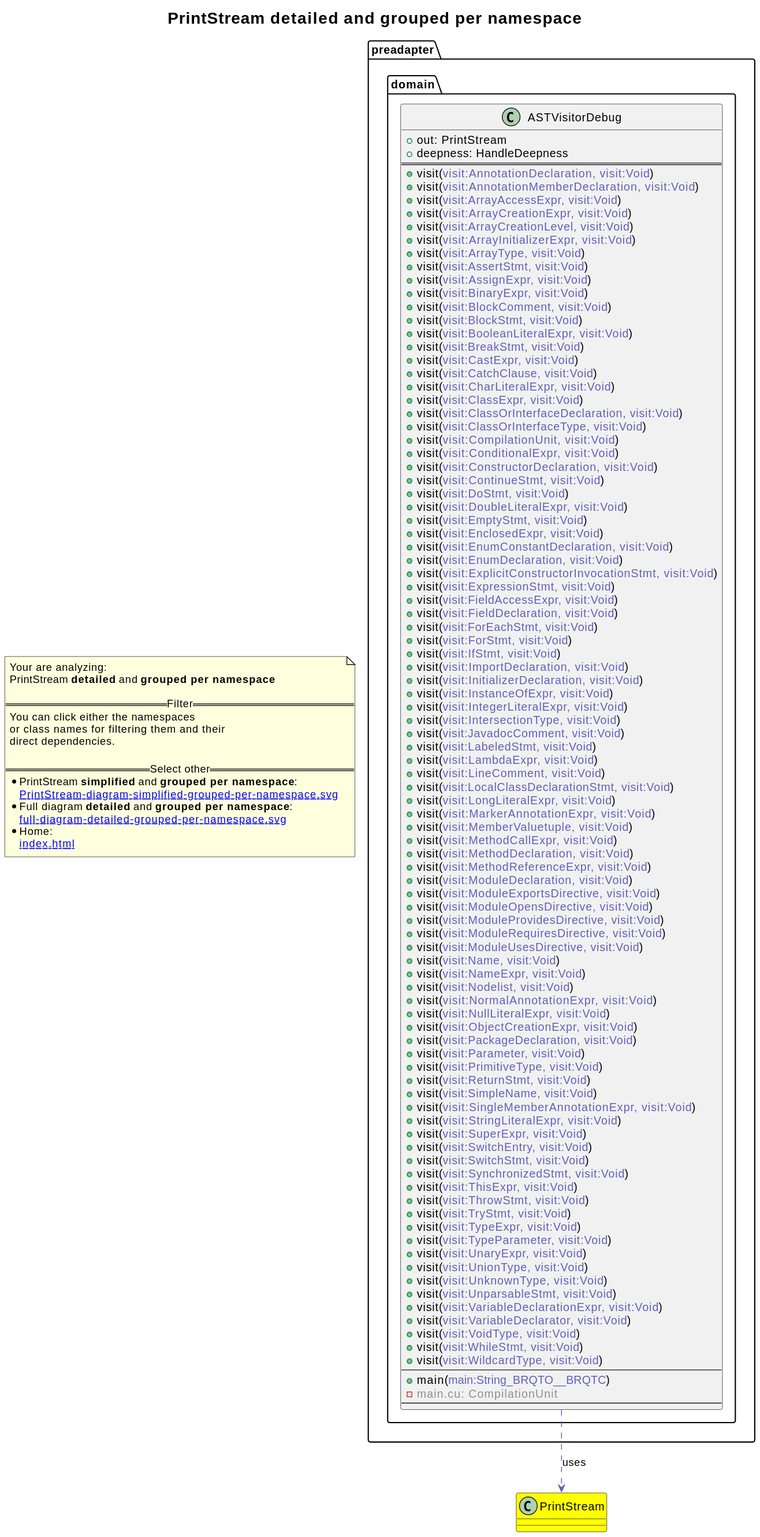
Above: revenger-java-adapter.out/PrintStream-diagram-detailed-grouped-per-namespace.svg in 2BlackCoffees/revenger (PlantUML), before the change.
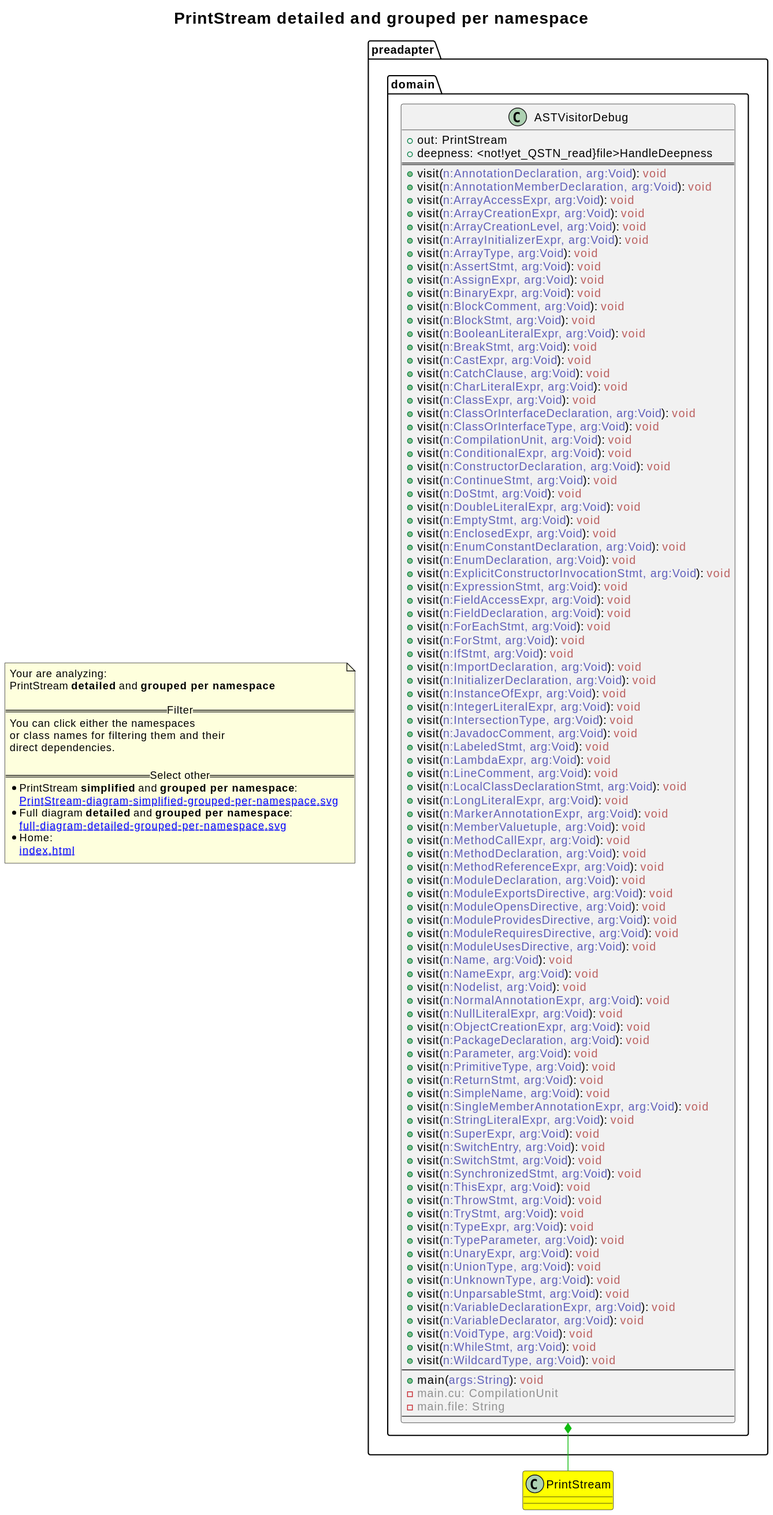
Above is the later version.

Diff of the diagram source:
```diff
@@ -1,4 +1,5 @@
 @startuml
+skinparam linetype ortho
 title <size:20>PrintStream **detailed** and **grouped per namespace**</size>
 note "Your are analyzing:\nPrintStream **detailed** and **grouped per namespace**\n\n==Filter==\nYou can click either the namespaces \nor class names for filtering them and their\ndirect dependencies.\n\n==Select other==\n* PrintStream **simplified** and **grouped per namespace**:\n   [[PrintStream-diagram-simplified-grouped-per-namespace.svg]]\n* Full diagram **detailed** and **grouped per namespace**:\n   [[full-diagram-detailed-grouped-per-namespace.svg]]\n* Home:\n   [[index.html]]" as FloatingNote
 class PrintStream [[PrintStream-diagram-detailed-grouped-per-namespace.svg]] #yellow {
@@ -7,104 +8,105 @@
 namespace preadapter.domain [[preadapter.domain-diagram-detailed-grouped-per-namespace.svg]] {
   class preadapter.domain.ASTVisitorDebug [[preadapter.domain.ASTVisitorDebug-diagram-detailed-grouped-per-namespace.svg]]  {
     + out: PrintStream
-    + deepness: HandleDeepness
+    + deepness: <not!yet_QSTN_read}file>HandleDeepness
 ==
-    + visit(<font color="6060BB">visit:AnnotationDeclaration, visit:Void</font>)
-    + visit(<font color="6060BB">visit:AnnotationMemberDeclaration, visit:Void</font>)
-    + visit(<font color="6060BB">visit:ArrayAccessExpr, visit:Void</font>)
-    + visit(<font color="6060BB">visit:ArrayCreationExpr, visit:Void</font>)
-    + visit(<font color="6060BB">visit:ArrayCreationLevel, visit:Void</font>)
-    + visit(<font color="6060BB">visit:ArrayInitializerExpr, visit:Void</font>)
-    + visit(<font color="6060BB">visit:ArrayType, visit:Void</font>)
-    + visit(<font color="6060BB">visit:AssertStmt, visit:Void</font>)
-    + visit(<font color="6060BB">visit:AssignExpr, visit:Void</font>)
-    + visit(<font color="6060BB">visit:BinaryExpr, visit:Void</font>)
-    + visit(<font color="6060BB">visit:BlockComment, visit:Void</font>)
-    + visit(<font color="6060BB">visit:BlockStmt, visit:Void</font>)
-    + visit(<font color="6060BB">visit:BooleanLiteralExpr, visit:Void</font>)
-    + visit(<font color="6060BB">visit:BreakStmt, visit:Void</font>)
-    + visit(<font color="6060BB">visit:CastExpr, visit:Void</font>)
-    + visit(<font color="6060BB">visit:CatchClause, visit:Void</font>)
-    + visit(<font color="6060BB">visit:CharLiteralExpr, visit:Void</font>)
-    + visit(<font color="6060BB">visit:ClassExpr, visit:Void</font>)
-    + visit(<font color="6060BB">visit:ClassOrInterfaceDeclaration, visit:Void</font>)
-    + visit(<font color="6060BB">visit:ClassOrInterfaceType, visit:Void</font>)
-    + visit(<font color="6060BB">visit:CompilationUnit, visit:Void</font>)
-    + visit(<font color="6060BB">visit:ConditionalExpr, visit:Void</font>)
-    + visit(<font color="6060BB">visit:ConstructorDeclaration, visit:Void</font>)
-    + visit(<font color="6060BB">visit:ContinueStmt, visit:Void</font>)
-    + visit(<font color="6060BB">visit:DoStmt, visit:Void</font>)
-    + visit(<font color="6060BB">visit:DoubleLiteralExpr, visit:Void</font>)
-    + visit(<font color="6060BB">visit:EmptyStmt, visit:Void</font>)
-    + visit(<font color="6060BB">visit:EnclosedExpr, visit:Void</font>)
-    + visit(<font color="6060BB">visit:EnumConstantDeclaration, visit:Void</font>)
-    + visit(<font color="6060BB">visit:EnumDeclaration, visit:Void</font>)
-    + visit(<font color="6060BB">visit:ExplicitConstructorInvocationStmt, visit:Void</font>)
-    + visit(<font color="6060BB">visit:ExpressionStmt, visit:Void</font>)
-    + visit(<font color="6060BB">visit:FieldAccessExpr, visit:Void</font>)
-    + visit(<font color="6060BB">visit:FieldDeclaration, visit:Void</font>)
-    + visit(<font color="6060BB">visit:ForEachStmt, visit:Void</font>)
-    + visit(<font color="6060BB">visit:ForStmt, visit:Void</font>)
-    + visit(<font color="6060BB">visit:IfStmt, visit:Void</font>)
-    + visit(<font color="6060BB">visit:ImportDeclaration, visit:Void</font>)
-    + visit(<font color="6060BB">visit:InitializerDeclaration, visit:Void</font>)
-    + visit(<font color="6060BB">visit:InstanceOfExpr, visit:Void</font>)
-    + visit(<font color="6060BB">visit:IntegerLiteralExpr, visit:Void</font>)
-    + visit(<font color="6060BB">visit:IntersectionType, visit:Void</font>)
-    + visit(<font color="6060BB">visit:JavadocComment, visit:Void</font>)
-    + visit(<font color="6060BB">visit:LabeledStmt, visit:Void</font>)
-    + visit(<font color="6060BB">visit:LambdaExpr, visit:Void</font>)
-    + visit(<font color="6060BB">visit:LineComment, visit:Void</font>)
-    + visit(<font color="6060BB">visit:LocalClassDeclarationStmt, visit:Void</font>)
-    + visit(<font color="6060BB">visit:LongLiteralExpr, visit:Void</font>)
-    + visit(<font color="6060BB">visit:MarkerAnnotationExpr, visit:Void</font>)
-    + visit(<font color="6060BB">visit:MemberValuetuple, visit:Void</font>)
-    + visit(<font color="6060BB">visit:MethodCallExpr, visit:Void</font>)
-    + visit(<font color="6060BB">visit:MethodDeclaration, visit:Void</font>)
-    + visit(<font color="6060BB">visit:MethodReferenceExpr, visit:Void</font>)
-    + visit(<font color="6060BB">visit:ModuleDeclaration, visit:Void</font>)
-    + visit(<font color="6060BB">visit:ModuleExportsDirective, visit:Void</font>)
-    + visit(<font color="6060BB">visit:ModuleOpensDirective, visit:Void</font>)
-    + visit(<font color="6060BB">visit:ModuleProvidesDirective, visit:Void</font>)
-    + visit(<font color="6060BB">visit:ModuleRequiresDirective, visit:Void</font>)
-    + visit(<font color="6060BB">visit:ModuleUsesDirective, visit:Void</font>)
-    + visit(<font color="6060BB">visit:Name, visit:Void</font>)
-    + visit(<font color="6060BB">visit:NameExpr, visit:Void</font>)
-    + visit(<font color="6060BB">visit:Nodelist, visit:Void</font>)
-    + visit(<font color="6060BB">visit:NormalAnnotationExpr, visit:Void</font>)
-    + visit(<font color="6060BB">visit:NullLiteralExpr, visit:Void</font>)
-    + visit(<font color="6060BB">visit:ObjectCreationExpr, visit:Void</font>)
-    + visit(<font color="6060BB">visit:PackageDeclaration, visit:Void</font>)
-    + visit(<font color="6060BB">visit:Parameter, visit:Void</font>)
-    + visit(<font color="6060BB">visit:PrimitiveType, visit:Void</font>)
-    + visit(<font color="6060BB">visit:ReturnStmt, visit:Void</font>)
-    + visit(<font color="6060BB">visit:SimpleName, visit:Void</font>)
-    + visit(<font color="6060BB">visit:SingleMemberAnnotationExpr, visit:Void</font>)
-    + visit(<font color="6060BB">visit:StringLiteralExpr, visit:Void</font>)
-    + visit(<font color="6060BB">visit:SuperExpr, visit:Void</font>)
-    + visit(<font color="6060BB">visit:SwitchEntry, visit:Void</font>)
-    + visit(<font color="6060BB">visit:SwitchStmt, visit:Void</font>)
-    + visit(<font color="6060BB">visit:SynchronizedStmt, visit:Void</font>)
-    + visit(<font color="6060BB">visit:ThisExpr, visit:Void</font>)
-    + visit(<font color="6060BB">visit:ThrowStmt, visit:Void</font>)
-    + visit(<font color="6060BB">visit:TryStmt, visit:Void</font>)
-    + visit(<font color="6060BB">visit:TypeExpr, visit:Void</font>)
-    + visit(<font color="6060BB">visit:TypeParameter, visit:Void</font>)
-    + visit(<font color="6060BB">visit:UnaryExpr, visit:Void</font>)
-    + visit(<font color="6060BB">visit:UnionType, visit:Void</font>)
-    + visit(<font color="6060BB">visit:UnknownType, visit:Void</font>)
-    + visit(<font color="6060BB">visit:UnparsableStmt, visit:Void</font>)
-    + visit(<font color="6060BB">visit:VariableDeclarationExpr, visit:Void</font>)
-    + visit(<font color="6060BB">visit:VariableDeclarator, visit:Void</font>)
-    + visit(<font color="6060BB">visit:VoidType, visit:Void</font>)
-    + visit(<font color="6060BB">visit:WhileStmt, visit:Void</font>)
-    + visit(<font color="6060BB">visit:WildcardType, visit:Void</font>)
+    + visit(<font color="6060BB">n:AnnotationDeclaration, arg:Void</font>): <font color="BB6060">void</font>
+    + visit(<font color="6060BB">n:AnnotationMemberDeclaration, arg:Void</font>): <font color="BB6060">void</font>
+    + visit(<font color="6060BB">n:ArrayAccessExpr, arg:Void</font>): <font color="BB6060">void</font>
+    + visit(<font color="6060BB">n:ArrayCreationExpr, arg:Void</font>): <font color="BB6060">void</font>
+    + visit(<font color="6060BB">n:ArrayCreationLevel, arg:Void</font>): <font color="BB6060">void</font>
+    + visit(<font color="6060BB">n:ArrayInitializerExpr, arg:Void</font>): <font color="BB6060">void</font>
+    + visit(<font color="6060BB">n:ArrayType, arg:Void</font>): <font color="BB6060">void</font>
+    + visit(<font color="6060BB">n:AssertStmt, arg:Void</font>): <font color="BB6060">void</font>
+    + visit(<font color="6060BB">n:AssignExpr, arg:Void</font>): <font color="BB6060">void</font>
+    + visit(<font color="6060BB">n:BinaryExpr, arg:Void</font>): <font color="BB6060">void</font>
+    + visit(<font color="6060BB">n:BlockComment, arg:Void</font>): <font color="BB6060">void</font>
+    + visit(<font color="6060BB">n:BlockStmt, arg:Void</font>): <font color="BB6060">void</font>
+    + visit(<font color="6060BB">n:BooleanLiteralExpr, arg:Void</font>): <font color="BB6060">void</font>
+    + visit(<font color="6060BB">n:BreakStmt, arg:Void</font>): <font color="BB6060">void</font>
+    + visit(<font color="6060BB">n:CastExpr, arg:Void</font>): <font color="BB6060">void</font>
+    + visit(<font color="6060BB">n:CatchClause, arg:Void</font>): <font color="BB6060">void</font>
+    + visit(<font color="6060BB">n:CharLiteralExpr, arg:Void</font>): <font color="BB6060">void</font>
+    + visit(<font color="6060BB">n:ClassExpr, arg:Void</font>): <font color="BB6060">void</font>
+    + visit(<font color="6060BB">n:ClassOrInterfaceDeclaration, arg:Void</font>): <font color="BB6060">void</font>
+    + visit(<font color="6060BB">n:ClassOrInterfaceType, arg:Void</font>): <font color="BB6060">void</font>
+    + visit(<font color="6060BB">n:CompilationUnit, arg:Void</font>): <font color="BB6060">void</font>
+    + visit(<font color="6060BB">n:ConditionalExpr, arg:Void</font>): <font color="BB6060">void</font>
+    + visit(<font color="6060BB">n:ConstructorDeclaration, arg:Void</font>): <font color="BB6060">void</font>
+    + visit(<font color="6060BB">n:ContinueStmt, arg:Void</font>): <font color="BB6060">void</font>
+    + visit(<font color="6060BB">n:DoStmt, arg:Void</font>): <font color="BB6060">void</font>
+    + visit(<font color="6060BB">n:DoubleLiteralExpr, arg:Void</font>): <font color="BB6060">void</font>
+    + visit(<font color="6060BB">n:EmptyStmt, arg:Void</font>): <font color="BB6060">void</font>
+    + visit(<font color="6060BB">n:EnclosedExpr, arg:Void</font>): <font color="BB6060">void</font>
+    + visit(<font color="6060BB">n:EnumConstantDeclaration, arg:Void</font>): <font color="BB6060">void</font>
+    + visit(<font color="6060BB">n:EnumDeclaration, arg:Void</font>): <font color="BB6060">void</font>
+    + visit(<font color="6060BB">n:ExplicitConstructorInvocationStmt, arg:Void</font>): <font color="BB6060">void</font>
+    + visit(<font color="6060BB">n:ExpressionStmt, arg:Void</font>): <font color="BB6060">void</font>
+    + visit(<font color="6060BB">n:FieldAccessExpr, arg:Void</font>): <font color="BB6060">void</font>
+    + visit(<font color="6060BB">n:FieldDeclaration, arg:Void</font>): <font color="BB6060">void</font>
+    + visit(<font color="6060BB">n:ForEachStmt, arg:Void</font>): <font color="BB6060">void</font>
+    + visit(<font color="6060BB">n:ForStmt, arg:Void</font>): <font color="BB6060">void</font>
+    + visit(<font color="6060BB">n:IfStmt, arg:Void</font>): <font color="BB6060">void</font>
+    + visit(<font color="6060BB">n:ImportDeclaration, arg:Void</font>): <font color="BB6060">void</font>
+    + visit(<font color="6060BB">n:InitializerDeclaration, arg:Void</font>): <font color="BB6060">void</font>
+    + visit(<font color="6060BB">n:InstanceOfExpr, arg:Void</font>): <font color="BB6060">void</font>
+    + visit(<font color="6060BB">n:IntegerLiteralExpr, arg:Void</font>): <font color="BB6060">void</font>
+    + visit(<font color="6060BB">n:IntersectionType, arg:Void</font>): <font color="BB6060">void</font>
+    + visit(<font color="6060BB">n:JavadocComment, arg:Void</font>): <font color="BB6060">void</font>
+    + visit(<font color="6060BB">n:LabeledStmt, arg:Void</font>): <font color="BB6060">void</font>
+    + visit(<font color="6060BB">n:LambdaExpr, arg:Void</font>): <font color="BB6060">void</font>
+    + visit(<font color="6060BB">n:LineComment, arg:Void</font>): <font color="BB6060">void</font>
+    + visit(<font color="6060BB">n:LocalClassDeclarationStmt, arg:Void</font>): <font color="BB6060">void</font>
+    + visit(<font color="6060BB">n:LongLiteralExpr, arg:Void</font>): <font color="BB6060">void</font>
+    + visit(<font color="6060BB">n:MarkerAnnotationExpr, arg:Void</font>): <font color="BB6060">void</font>
+    + visit(<font color="6060BB">n:MemberValuetuple, arg:Void</font>): <font color="BB6060">void</font>
+    + visit(<font color="6060BB">n:MethodCallExpr, arg:Void</font>): <font color="BB6060">void</font>
+    + visit(<font color="6060BB">n:MethodDeclaration, arg:Void</font>): <font color="BB6060">void</font>
+    + visit(<font color="6060BB">n:MethodReferenceExpr, arg:Void</font>): <font color="BB6060">void</font>
+    + visit(<font color="6060BB">n:ModuleDeclaration, arg:Void</font>): <font color="BB6060">void</font>
+    + visit(<font color="6060BB">n:ModuleExportsDirective, arg:Void</font>): <font color="BB6060">void</font>
+    + visit(<font color="6060BB">n:ModuleOpensDirective, arg:Void</font>): <font color="BB6060">void</font>
+    + visit(<font color="6060BB">n:ModuleProvidesDirective, arg:Void</font>): <font color="BB6060">void</font>
+    + visit(<font color="6060BB">n:ModuleRequiresDirective, arg:Void</font>): <font color="BB6060">void</font>
+    + visit(<font color="6060BB">n:ModuleUsesDirective, arg:Void</font>): <font color="BB6060">void</font>
+    + visit(<font color="6060BB">n:Name, arg:Void</font>): <font color="BB6060">void</font>
+    + visit(<font color="6060BB">n:NameExpr, arg:Void</font>): <font color="BB6060">void</font>
+    + visit(<font color="6060BB">n:Nodelist, arg:Void</font>): <font color="BB6060">void</font>
+    + visit(<font color="6060BB">n:NormalAnnotationExpr, arg:Void</font>): <font color="BB6060">void</font>
+    + visit(<font color="6060BB">n:NullLiteralExpr, arg:Void</font>): <font color="BB6060">void</font>
+    + visit(<font color="6060BB">n:ObjectCreationExpr, arg:Void</font>): <font color="BB6060">void</font>
+    + visit(<font color="6060BB">n:PackageDeclaration, arg:Void</font>): <font color="BB6060">void</font>
+    + visit(<font color="6060BB">n:Parameter, arg:Void</font>): <font color="BB6060">void</font>
+    + visit(<font color="6060BB">n:PrimitiveType, arg:Void</font>): <font color="BB6060">void</font>
+    + visit(<font color="6060BB">n:ReturnStmt, arg:Void</font>): <font color="BB6060">void</font>
+    + visit(<font color="6060BB">n:SimpleName, arg:Void</font>): <font color="BB6060">void</font>
+    + visit(<font color="6060BB">n:SingleMemberAnnotationExpr, arg:Void</font>): <font color="BB6060">void</font>
+    + visit(<font color="6060BB">n:StringLiteralExpr, arg:Void</font>): <font color="BB6060">void</font>
+    + visit(<font color="6060BB">n:SuperExpr, arg:Void</font>): <font color="BB6060">void</font>
+    + visit(<font color="6060BB">n:SwitchEntry, arg:Void</font>): <font color="BB6060">void</font>
+    + visit(<font color="6060BB">n:SwitchStmt, arg:Void</font>): <font color="BB6060">void</font>
+    + visit(<font color="6060BB">n:SynchronizedStmt, arg:Void</font>): <font color="BB6060">void</font>
+    + visit(<font color="6060BB">n:ThisExpr, arg:Void</font>): <font color="BB6060">void</font>
+    + visit(<font color="6060BB">n:ThrowStmt, arg:Void</font>): <font color="BB6060">void</font>
+    + visit(<font color="6060BB">n:TryStmt, arg:Void</font>): <font color="BB6060">void</font>
+    + visit(<font color="6060BB">n:TypeExpr, arg:Void</font>): <font color="BB6060">void</font>
+    + visit(<font color="6060BB">n:TypeParameter, arg:Void</font>): <font color="BB6060">void</font>
+    + visit(<font color="6060BB">n:UnaryExpr, arg:Void</font>): <font color="BB6060">void</font>
+    + visit(<font color="6060BB">n:UnionType, arg:Void</font>): <font color="BB6060">void</font>
+    + visit(<font color="6060BB">n:UnknownType, arg:Void</font>): <font color="BB6060">void</font>
+    + visit(<font color="6060BB">n:UnparsableStmt, arg:Void</font>): <font color="BB6060">void</font>
+    + visit(<font color="6060BB">n:VariableDeclarationExpr, arg:Void</font>): <font color="BB6060">void</font>
+    + visit(<font color="6060BB">n:VariableDeclarator, arg:Void</font>): <font color="BB6060">void</font>
+    + visit(<font color="6060BB">n:VoidType, arg:Void</font>): <font color="BB6060">void</font>
+    + visit(<font color="6060BB">n:WhileStmt, arg:Void</font>): <font color="BB6060">void</font>
+    + visit(<font color="6060BB">n:WildcardType, arg:Void</font>): <font color="BB6060">void</font>
 --
-    + main(<font color="6060BB">main:String_BRQTO__BRQTC</font>)
+    + main(<font color="6060BB">args:String</font>): <font color="BB6060">void</font>
     - <font color="909090">main.cu: CompilationUnit</font>
+    - <font color="909090">main.file: String</font>
 --
   }
 }
 }
-preadapter.domain.ASTVisitorDebug .[#6060BB].> PrintStream  : uses
+preadapter.domain.ASTVisitorDebug *-[#10BB10]- PrintStream
 @enduml
```
